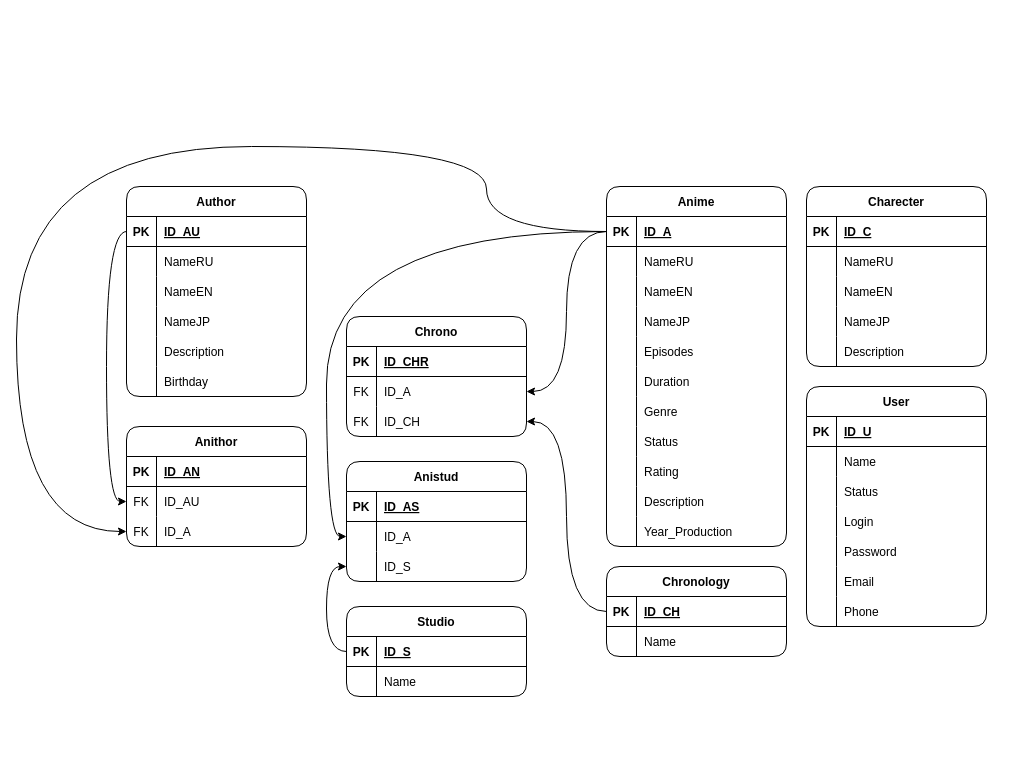
The draw.io diagram AniTrack.drawio in kk313/AniTrack, before the edit. Source tidied: cells renumbered, new cells numbered last; positions are measured from the earlier drawing's top-left corner, leaving out a move shared by most shapes. Both pictures are drawn from the tidied source at 100%, with x=0, y=0 at pixel (16, 146).
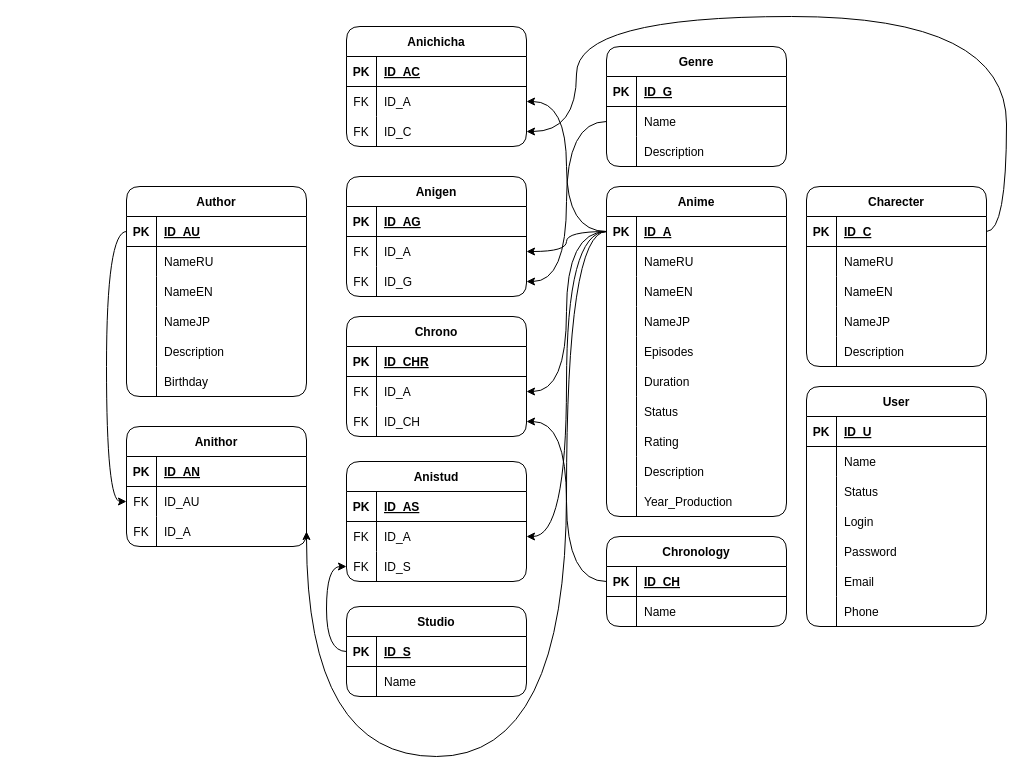
The same page after the edit.

Unchanged cells that the change refers to:
```xml
<mxCell id="3" style="shape=tableRow;horizontal=0;startSize=0;swimlaneHead=0;swimlaneBody=0;fillColor=none;points=[[0,0.5],[1,0.5]];portConstraint=eastwest;top=0;left=0;right=0;bottom=1;" parent="2" vertex="1">
  <mxGeometry y="30" width="180" height="30" as="geometry" />
</mxCell>
<mxCell id="76" style="shape=tableRow;horizontal=0;startSize=0;swimlaneHead=0;swimlaneBody=0;fillColor=none;points=[[0,0.5],[1,0.5]];portConstraint=eastwest;top=0;left=0;right=0;bottom=1;" parent="75" vertex="1">
  <mxGeometry y="30" width="180" height="30" as="geometry" />
</mxCell>
<mxCell id="119" style="shape=tableRow;horizontal=0;startSize=0;swimlaneHead=0;swimlaneBody=0;fillColor=none;points=[[0,0.5],[1,0.5]];portConstraint=eastwest;top=0;left=0;right=0;bottom=0;" parent="112" vertex="1">
  <mxGeometry y="90" width="180" height="30" as="geometry" />
</mxCell>
<mxCell id="136" style="shape=tableRow;horizontal=0;startSize=0;swimlaneHead=0;swimlaneBody=0;fillColor=none;points=[[0,0.5],[1,0.5]];portConstraint=eastwest;top=0;left=0;right=0;bottom=0;" parent="132" vertex="1">
  <mxGeometry y="60" width="180" height="30" as="geometry" />
</mxCell>
<mxCell id="139" style="shape=tableRow;horizontal=0;startSize=0;swimlaneHead=0;swimlaneBody=0;fillColor=none;points=[[0,0.5],[1,0.5]];portConstraint=eastwest;top=0;left=0;right=0;bottom=0;" parent="132" vertex="1">
  <mxGeometry y="90" width="180" height="30" as="geometry" />
</mxCell>
```

Change to the diagram source:
```diff
@@
     <mxCell id="2" value="Anime" style="shape=table;startSize=30;childLayout=tableLayout;rowLines=0;fontStyle=1;align=center;rounded=1;" parent="1" vertex="1">
-      <mxGeometry x="590" y="40" width="180" height="360" as="geometry" />
+      <mxGeometry x="590" y="40" width="180" height="330" as="geometry" />
     </mxCell>
@@
-    <mxCell id="21" style="shape=tableRow;horizontal=0;startSize=0;swimlaneHead=0;swimlaneBody=0;fillColor=none;top=0;left=0;right=0;bottom=0;" parent="2" vertex="1">
-      <mxGeometry y="210" width="180" height="30" as="geometry" />
-    </mxCell>
-    <mxCell id="22" style="shape=partialRectangle;fillColor=none;top=0;left=0;bottom=0;right=0;overflow=hidden;" parent="21" vertex="1">
-      <mxGeometry width="30" height="30" as="geometry" />
-    </mxCell>
-    <mxCell id="23" value="Genre" style="shape=partialRectangle;fillColor=none;top=0;left=0;bottom=0;right=0;align=left;spacingLeft=6;overflow=hidden;" parent="21" vertex="1">
-      <mxGeometry x="30" width="150" height="30" as="geometry" />
-    </mxCell>
     <mxCell id="24" style="shape=tableRow;horizontal=0;startSize=0;swimlaneHead=0;swimlaneBody=0;fillColor=none;top=0;left=0;right=0;bottom=0;" parent="2" vertex="1">
-      <mxGeometry y="240" width="180" height="30" as="geometry" />
+      <mxGeometry y="210" width="180" height="30" as="geometry" />
     </mxCell>
@@
     <mxCell id="27" style="shape=tableRow;horizontal=0;startSize=0;swimlaneHead=0;swimlaneBody=0;fillColor=none;top=0;left=0;right=0;bottom=0;" parent="2" vertex="1">
-      <mxGeometry y="270" width="180" height="30" as="geometry" />
+      <mxGeometry y="240" width="180" height="30" as="geometry" />
     </mxCell>
@@
     <mxCell id="30" style="shape=tableRow;horizontal=0;startSize=0;swimlaneHead=0;swimlaneBody=0;fillColor=none;top=0;left=0;right=0;bottom=0;" parent="2" vertex="1">
-      <mxGeometry y="300" width="180" height="30" as="geometry" />
+      <mxGeometry y="270" width="180" height="30" as="geometry" />
     </mxCell>
@@
     <mxCell id="33" style="shape=tableRow;horizontal=0;startSize=0;swimlaneHead=0;swimlaneBody=0;fillColor=none;top=0;left=0;right=0;bottom=0;" parent="2" vertex="1">
-      <mxGeometry y="330" width="180" height="30" as="geometry" />
+      <mxGeometry y="300" width="180" height="30" as="geometry" />
     </mxCell>
@@
     <mxCell id="46" value="Chronology" style="shape=table;startSize=30;childLayout=tableLayout;rowLines=0;fontStyle=1;align=center;rounded=1;" parent="1" vertex="1">
-      <mxGeometry x="590" y="420" width="180" height="90" as="geometry" />
+      <mxGeometry x="590" y="390" width="180" height="90" as="geometry" />
     </mxCell>
@@
-    <mxCell id="123" style="edgeStyle=orthogonalEdgeStyle;curved=1;rounded=0;jettySize=auto;html=1;entryX=0;entryY=0.5;entryDx=0;entryDy=0;" parent="1" edge="1" source="3" target="119">
-      <mxGeometry relative="1" as="geometry">
-        <Array as="points">
-          <mxPoint x="470" y="85" />
-          <mxPoint x="470" />
-          <mxPoint />
-          <mxPoint y="385" />
-        </Array>
-      </mxGeometry>
-    </mxCell>
@@
-    <mxCell id="137" style="shape=partialRectangle;fillColor=none;top=0;left=0;bottom=0;right=0;overflow=hidden;" parent="136" vertex="1">
+    <mxCell id="137" value="FK" style="shape=partialRectangle;fillColor=none;top=0;left=0;bottom=0;right=0;overflow=hidden;" parent="136" vertex="1">
       <mxGeometry width="30" height="30" as="geometry" />
     </mxCell>
@@
-    <mxCell id="140" style="shape=partialRectangle;fillColor=none;top=0;left=0;bottom=0;right=0;overflow=hidden;" parent="139" vertex="1">
+    <mxCell id="140" value="FK" style="shape=partialRectangle;fillColor=none;top=0;left=0;bottom=0;right=0;overflow=hidden;" parent="139" vertex="1">
       <mxGeometry width="30" height="30" as="geometry" />
     </mxCell>
@@
+    <mxCell id="143" value="Anigen" style="shape=table;startSize=30;childLayout=tableLayout;rowLines=0;fontStyle=1;align=center;rounded=1;" parent="1" vertex="1">
+      <mxGeometry x="330" y="30" width="180" height="120" as="geometry" />
+    </mxCell>
+    <mxCell id="144" style="shape=tableRow;horizontal=0;startSize=0;swimlaneHead=0;swimlaneBody=0;fillColor=none;top=0;left=0;right=0;bottom=1;" parent="143" vertex="1">
+      <mxGeometry y="30" width="180" height="30" as="geometry" />
+    </mxCell>
+    <mxCell id="145" value="PK" style="shape=partialRectangle;fillColor=none;top=0;left=0;bottom=0;right=0;fontStyle=1;overflow=hidden;" parent="144" vertex="1">
+      <mxGeometry width="30" height="30" as="geometry" />
+    </mxCell>
+    <mxCell id="146" value="ID_AG" style="shape=partialRectangle;fillColor=none;top=0;left=0;bottom=0;right=0;align=left;spacingLeft=6;fontStyle=5;overflow=hidden;" parent="144" vertex="1">
+      <mxGeometry x="30" width="150" height="30" as="geometry" />
+    </mxCell>
+    <mxCell id="147" style="shape=tableRow;horizontal=0;startSize=0;swimlaneHead=0;swimlaneBody=0;fillColor=none;points=[[0,0.5],[1,0.5]];portConstraint=eastwest;top=0;left=0;right=0;bottom=0;" parent="143" vertex="1">
+      <mxGeometry y="60" width="180" height="30" as="geometry" />
+    </mxCell>
+    <mxCell id="148" value="FK" style="shape=partialRectangle;fillColor=none;top=0;left=0;bottom=0;right=0;overflow=hidden;" parent="147" vertex="1">
+      <mxGeometry width="30" height="30" as="geometry" />
+    </mxCell>
+    <mxCell id="149" value="ID_A" style="shape=partialRectangle;fillColor=none;top=0;left=0;bottom=0;right=0;align=left;spacingLeft=6;overflow=hidden;" parent="147" vertex="1">
+      <mxGeometry x="30" width="150" height="30" as="geometry" />
+    </mxCell>
+    <mxCell id="150" style="shape=tableRow;horizontal=0;startSize=0;swimlaneHead=0;swimlaneBody=0;fillColor=none;points=[[0,0.5],[1,0.5]];portConstraint=eastwest;top=0;left=0;right=0;bottom=0;" parent="143" vertex="1">
+      <mxGeometry y="90" width="180" height="30" as="geometry" />
+    </mxCell>
+    <mxCell id="151" value="FK" style="shape=partialRectangle;fillColor=none;top=0;left=0;bottom=0;right=0;overflow=hidden;" parent="150" vertex="1">
+      <mxGeometry width="30" height="30" as="geometry" />
+    </mxCell>
+    <mxCell id="152" value="ID_G" style="shape=partialRectangle;fillColor=none;top=0;left=0;bottom=0;right=0;align=left;spacingLeft=6;overflow=hidden;" parent="150" vertex="1">
+      <mxGeometry x="30" width="150" height="30" as="geometry" />
+    </mxCell>
+    <mxCell id="23" value="Genre" style="shape=table;startSize=30;childLayout=tableLayout;rowLines=0;fontStyle=1;align=center;rounded=1;" parent="1" vertex="1">
+      <mxGeometry x="590" y="-100" width="180" height="120" as="geometry" />
+    </mxCell>
+    <mxCell id="153" style="shape=tableRow;horizontal=0;startSize=0;swimlaneHead=0;swimlaneBody=0;fillColor=none;top=0;left=0;right=0;bottom=1;" parent="23" vertex="1">
+      <mxGeometry y="30" width="180" height="30" as="geometry" />
+    </mxCell>
+    <mxCell id="154" value="PK" style="shape=partialRectangle;fillColor=none;top=0;left=0;bottom=0;right=0;fontStyle=1;overflow=hidden;" parent="153" vertex="1">
+      <mxGeometry width="30" height="30" as="geometry" />
+    </mxCell>
+    <mxCell id="155" value="ID_G" style="shape=partialRectangle;fillColor=none;top=0;left=0;bottom=0;right=0;align=left;spacingLeft=6;fontStyle=5;overflow=hidden;" parent="153" vertex="1">
+      <mxGeometry x="30" width="150" height="30" as="geometry" />
+    </mxCell>
+    <mxCell id="156" style="shape=tableRow;horizontal=0;startSize=0;swimlaneHead=0;swimlaneBody=0;fillColor=none;points=[[0,0.5],[1,0.5]];portConstraint=eastwest;top=0;left=0;right=0;bottom=0;" parent="23" vertex="1">
+      <mxGeometry y="60" width="180" height="30" as="geometry" />
+    </mxCell>
+    <mxCell id="157" style="shape=partialRectangle;fillColor=none;top=0;left=0;bottom=0;right=0;overflow=hidden;" parent="156" vertex="1">
+      <mxGeometry width="30" height="30" as="geometry" />
+    </mxCell>
+    <mxCell id="158" value="Name" style="shape=partialRectangle;fillColor=none;top=0;left=0;bottom=0;right=0;align=left;spacingLeft=6;overflow=hidden;" parent="156" vertex="1">
+      <mxGeometry x="30" width="150" height="30" as="geometry" />
+    </mxCell>
+    <mxCell id="159" style="shape=tableRow;horizontal=0;startSize=0;swimlaneHead=0;swimlaneBody=0;fillColor=none;top=0;left=0;right=0;bottom=0;" parent="23" vertex="1">
+      <mxGeometry y="90" width="180" height="30" as="geometry" />
+    </mxCell>
+    <mxCell id="160" style="shape=partialRectangle;fillColor=none;top=0;left=0;bottom=0;right=0;overflow=hidden;" parent="159" vertex="1">
+      <mxGeometry width="30" height="30" as="geometry" />
+    </mxCell>
+    <mxCell id="161" value="Description" style="shape=partialRectangle;fillColor=none;top=0;left=0;bottom=0;right=0;align=left;spacingLeft=6;overflow=hidden;" parent="159" vertex="1">
+      <mxGeometry x="30" width="150" height="30" as="geometry" />
+    </mxCell>
+    <mxCell id="162" style="edgeStyle=orthogonalEdgeStyle;curved=1;rounded=0;jettySize=auto;html=1;entryX=1;entryY=0.5;entryDx=0;entryDy=0;" parent="1" edge="1" source="3" target="147">
+      <mxGeometry relative="1" as="geometry" />
+    </mxCell>
-    <mxCell id="142" style="edgeStyle=orthogonalEdgeStyle;curved=1;rounded=0;jettySize=auto;html=1;entryX=0;entryY=0.5;entryDx=0;entryDy=0;" parent="1" edge="1" source="3" target="136">
+    <mxCell id="142" style="edgeStyle=orthogonalEdgeStyle;curved=1;rounded=0;jettySize=auto;html=1;entryX=1;entryY=0.5;entryDx=0;entryDy=0;" parent="1" edge="1" source="3" target="136">
       <mxGeometry relative="1" as="geometry" />
     </mxCell>
+    <mxCell id="163" style="edgeStyle=orthogonalEdgeStyle;curved=1;rounded=0;jettySize=auto;html=1;entryX=1;entryY=0.5;entryDx=0;entryDy=0;" parent="1" edge="1" source="156" target="150">
+      <mxGeometry relative="1" as="geometry" />
+    </mxCell>
+    <mxCell id="123" style="edgeStyle=orthogonalEdgeStyle;curved=1;rounded=0;jettySize=auto;html=1;entryX=1;entryY=0.5;entryDx=0;entryDy=0;" parent="1" edge="1" source="3" target="119">
+      <mxGeometry relative="1" as="geometry">
+        <Array as="points">
+          <mxPoint x="550" y="85" />
+          <mxPoint x="550" y="610" />
+          <mxPoint x="290" y="610" />
+        </Array>
+      </mxGeometry>
+    </mxCell>
+    <mxCell id="164" value="Anichicha" style="shape=table;startSize=30;childLayout=tableLayout;rowLines=0;fontStyle=1;align=center;rounded=1;" parent="1" vertex="1">
+      <mxGeometry x="330" y="-120" width="180" height="120" as="geometry" />
+    </mxCell>
+    <mxCell id="165" style="shape=tableRow;horizontal=0;startSize=0;swimlaneHead=0;swimlaneBody=0;fillColor=none;top=0;left=0;right=0;bottom=1;" parent="164" vertex="1">
+      <mxGeometry y="30" width="180" height="30" as="geometry" />
+    </mxCell>
+    <mxCell id="166" value="PK" style="shape=partialRectangle;fillColor=none;top=0;left=0;bottom=0;right=0;fontStyle=1;overflow=hidden;" parent="165" vertex="1">
+      <mxGeometry width="30" height="30" as="geometry" />
+    </mxCell>
+    <mxCell id="167" value="ID_AC" style="shape=partialRectangle;fillColor=none;top=0;left=0;bottom=0;right=0;align=left;spacingLeft=6;fontStyle=5;overflow=hidden;" parent="165" vertex="1">
+      <mxGeometry x="30" width="150" height="30" as="geometry" />
+    </mxCell>
+    <mxCell id="168" style="shape=tableRow;horizontal=0;startSize=0;swimlaneHead=0;swimlaneBody=0;fillColor=none;points=[[0,0.5],[1,0.5]];portConstraint=eastwest;top=0;left=0;right=0;bottom=0;" parent="164" vertex="1">
+      <mxGeometry y="60" width="180" height="30" as="geometry" />
+    </mxCell>
+    <mxCell id="169" value="FK" style="shape=partialRectangle;fillColor=none;top=0;left=0;bottom=0;right=0;overflow=hidden;" parent="168" vertex="1">
+      <mxGeometry width="30" height="30" as="geometry" />
+    </mxCell>
+    <mxCell id="170" value="ID_A" style="shape=partialRectangle;fillColor=none;top=0;left=0;bottom=0;right=0;align=left;spacingLeft=6;overflow=hidden;" parent="168" vertex="1">
+      <mxGeometry x="30" width="150" height="30" as="geometry" />
+    </mxCell>
+    <mxCell id="171" style="shape=tableRow;horizontal=0;startSize=0;swimlaneHead=0;swimlaneBody=0;fillColor=none;points=[[0,0.5],[1,0.5]];portConstraint=eastwest;top=0;left=0;right=0;bottom=0;" parent="164" vertex="1">
+      <mxGeometry y="90" width="180" height="30" as="geometry" />
+    </mxCell>
+    <mxCell id="172" value="FK" style="shape=partialRectangle;fillColor=none;top=0;left=0;bottom=0;right=0;overflow=hidden;" parent="171" vertex="1">
+      <mxGeometry width="30" height="30" as="geometry" />
+    </mxCell>
+    <mxCell id="173" value="ID_C" style="shape=partialRectangle;fillColor=none;top=0;left=0;bottom=0;right=0;align=left;spacingLeft=6;overflow=hidden;" parent="171" vertex="1">
+      <mxGeometry x="30" width="150" height="30" as="geometry" />
+    </mxCell>
+    <mxCell id="174" style="edgeStyle=orthogonalEdgeStyle;curved=1;rounded=0;jettySize=auto;html=1;entryX=1;entryY=0.5;entryDx=0;entryDy=0;" parent="1" edge="1" source="76" target="171">
+      <mxGeometry relative="1" as="geometry">
+        <Array as="points">
+          <mxPoint x="990" y="85" />
+          <mxPoint x="990" y="-130" />
+          <mxPoint x="560" y="-130" />
+          <mxPoint x="560" y="-15" />
+        </Array>
+      </mxGeometry>
+    </mxCell>
+    <mxCell id="175" style="edgeStyle=orthogonalEdgeStyle;curved=1;rounded=0;jettySize=auto;html=1;entryX=1;entryY=0.5;entryDx=0;entryDy=0;" parent="1" edge="1" source="3" target="168">
+      <mxGeometry relative="1" as="geometry" />
+    </mxCell>
```
